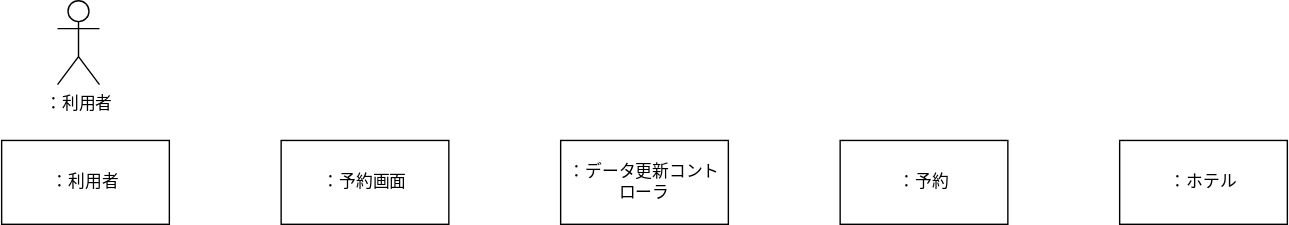
Above: 演習５-2_CD_予約登録削除.drawio.svg in Nakmura0121/uml-introduction (draw.io), before the change. Source tidied: cells renumbered, new cells last; positions are measured from the earlier drawing's top-left corner, leaving out a move shared by most shapes.
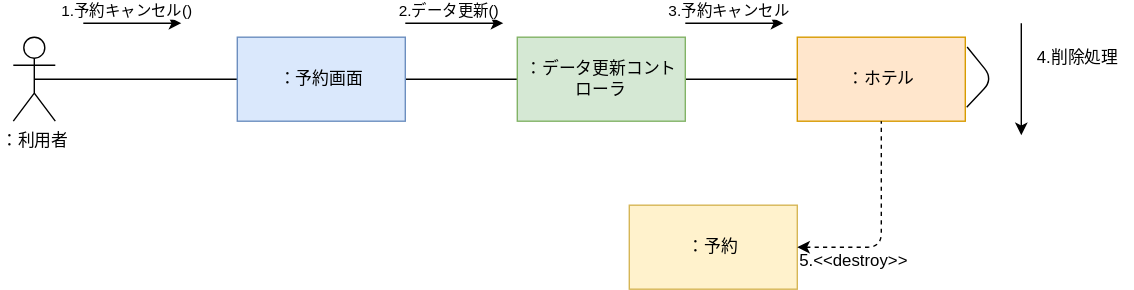
After the commit.

Change to the diagram source:
```diff
@@ -2,23 +2,89 @@
   <root>
     <mxCell id="0" />
     <mxCell id="1" parent="0" />
+    <mxCell id="8" style="edgeStyle=none;html=1;exitX=0.5;exitY=0.5;exitDx=0;exitDy=0;exitPerimeter=0;entryX=0;entryY=0.5;entryDx=0;entryDy=0;endArrow=none;endFill=0;" parent="1" edge="1" source="2" target="4">
+      <mxGeometry relative="1" as="geometry" />
+    </mxCell>
     <mxCell id="2" value="：利用者" style="shape=umlActor;verticalLabelPosition=bottom;verticalAlign=top;html=1;outlineConnect=0;" parent="1" vertex="1">
-      <mxGeometry x="40" width="30" height="60" as="geometry" />
+      <mxGeometry x="40" y="100" width="30" height="60" as="geometry" />
     </mxCell>
-    <mxCell id="3" value="：利用者" style="rounded=0;whiteSpace=wrap;html=1;" parent="1" vertex="1">
-      <mxGeometry y="100" width="120" height="60" as="geometry" />
-    </mxCell>
+    <mxCell id="9" style="edgeStyle=none;html=1;exitX=1;exitY=0.5;exitDx=0;exitDy=0;entryX=0;entryY=0.5;entryDx=0;entryDy=0;endArrow=none;endFill=0;" parent="1" edge="1" source="4" target="5">
+      <mxGeometry relative="1" as="geometry" />
+    </mxCell>
-    <mxCell id="4" value="：予約画面" style="rounded=0;whiteSpace=wrap;html=1;" parent="1" vertex="1">
+    <mxCell id="4" value="：予約画面" style="rounded=0;whiteSpace=wrap;html=1;fillColor=#dae8fc;strokeColor=#6c8ebf;" parent="1" vertex="1">
       <mxGeometry x="200" y="100" width="120" height="60" as="geometry" />
     </mxCell>
+    <mxCell id="10" style="edgeStyle=none;html=1;exitX=1;exitY=0.5;exitDx=0;exitDy=0;entryX=0;entryY=0.5;entryDx=0;entryDy=0;endArrow=none;endFill=0;" parent="1" edge="1" source="5" target="7">
+      <mxGeometry relative="1" as="geometry" />
+    </mxCell>
-    <mxCell id="5" value="：データ更新コントローラ" style="rounded=0;whiteSpace=wrap;html=1;" parent="1" vertex="1">
+    <mxCell id="5" value="：データ更新コントローラ" style="rounded=0;whiteSpace=wrap;html=1;fillColor=#d5e8d4;strokeColor=#82b366;" parent="1" vertex="1">
       <mxGeometry x="400" y="100" width="120" height="60" as="geometry" />
     </mxCell>
-    <mxCell id="6" value="：予約" style="rounded=0;whiteSpace=wrap;html=1;" parent="1" vertex="1">
-      <mxGeometry x="600" y="100" width="120" height="60" as="geometry" />
+    <mxCell id="6" value="：予約" style="rounded=0;whiteSpace=wrap;html=1;fillColor=#fff2cc;strokeColor=#d6b656;" parent="1" vertex="1">
+      <mxGeometry x="480" y="220" width="120" height="60" as="geometry" />
     </mxCell>
-    <mxCell id="7" value="：ホテル" style="rounded=0;whiteSpace=wrap;html=1;" parent="1" vertex="1">
-      <mxGeometry x="800" y="100" width="120" height="60" as="geometry" />
+    <mxCell id="7" value="：ホテル" style="rounded=0;whiteSpace=wrap;html=1;fillColor=#ffe6cc;strokeColor=#d79b00;" parent="1" vertex="1">
+      <mxGeometry x="600" y="100" width="120" height="60" as="geometry" />
     </mxCell>
+    <mxCell id="11" style="endArrow=classic;html=1;" parent="1" edge="1">
+      <mxGeometry relative="1" as="geometry">
+        <mxPoint x="90" y="90" as="sourcePoint" />
+        <mxPoint x="160" y="90" as="targetPoint" />
+      </mxGeometry>
+    </mxCell>
+    <mxCell id="12" value="1.予約キャンセル()" style="edgeLabel;html=1;align=center;verticalAlign=middle;" parent="11" vertex="1">
+      <mxGeometry x="-0.39" y="-3" relative="1" as="geometry">
+        <mxPoint x="9" y="-13" as="offset" />
+      </mxGeometry>
+    </mxCell>
+    <mxCell id="13" style="endArrow=classic;html=1;" parent="1" edge="1">
+      <mxGeometry relative="1" as="geometry">
+        <mxPoint x="320" y="90" as="sourcePoint" />
+        <mxPoint x="390" y="90" as="targetPoint" />
+      </mxGeometry>
+    </mxCell>
+    <mxCell id="14" value="2.データ更新()" style="edgeLabel;html=1;align=center;verticalAlign=middle;" parent="13" vertex="1">
+      <mxGeometry x="-0.39" y="-3" relative="1" as="geometry">
+        <mxPoint x="9" y="-13" as="offset" />
+      </mxGeometry>
+    </mxCell>
+    <mxCell id="15" style="endArrow=classic;html=1;" parent="1" edge="1">
+      <mxGeometry relative="1" as="geometry">
+        <mxPoint x="520" y="90" as="sourcePoint" />
+        <mxPoint x="590" y="90" as="targetPoint" />
+      </mxGeometry>
+    </mxCell>
+    <mxCell id="16" value="3.予約キャンセル" style="edgeLabel;html=1;align=center;verticalAlign=middle;" parent="15" vertex="1">
+      <mxGeometry x="-0.39" y="-3" relative="1" as="geometry">
+        <mxPoint x="9" y="-13" as="offset" />
+      </mxGeometry>
+    </mxCell>
+    <mxCell id="17" style="edgeStyle=none;html=1;exitX=1.011;exitY=0.117;exitDx=0;exitDy=0;endArrow=none;endFill=0;exitPerimeter=0;" parent="1" edge="1" source="7">
+      <mxGeometry relative="1" as="geometry">
+        <mxPoint x="721" y="150" as="targetPoint" />
+        <Array as="points">
+          <mxPoint x="740" y="130" />
+        </Array>
+      </mxGeometry>
+    </mxCell>
+    <mxCell id="18" style="endArrow=classic;html=1;" parent="1" edge="1">
+      <mxGeometry relative="1" as="geometry">
+        <mxPoint x="760" y="90" as="sourcePoint" />
+        <mxPoint x="760" y="170" as="targetPoint" />
+      </mxGeometry>
+    </mxCell>
+    <mxCell id="19" value="4.削除処理" style="text;html=1;align=center;verticalAlign=middle;strokeColor=none;fillColor=none;" parent="1" vertex="1">
+      <mxGeometry x="760" y="100" width="80" height="30" as="geometry" />
+    </mxCell>
+    <mxCell id="20" style="endArrow=none;dashed=1;html=1;entryX=0.5;entryY=1;entryDx=0;entryDy=0;exitX=1;exitY=0.5;exitDx=0;exitDy=0;startArrow=classic;startFill=1;" parent="1" edge="1" source="6" target="7">
+      <mxGeometry relative="1" as="geometry">
+        <Array as="points">
+          <mxPoint x="660" y="250" />
+        </Array>
+      </mxGeometry>
+    </mxCell>
+    <mxCell id="21" value="5.&amp;lt;&amp;lt;destroy&amp;gt;&amp;gt;" style="text;html=1;align=center;verticalAlign=middle;strokeColor=none;fillColor=none;" parent="1" vertex="1">
+      <mxGeometry x="590" y="245" width="100" height="30" as="geometry" />
+    </mxCell>
   </root>
 </mxGraphModel>
```
